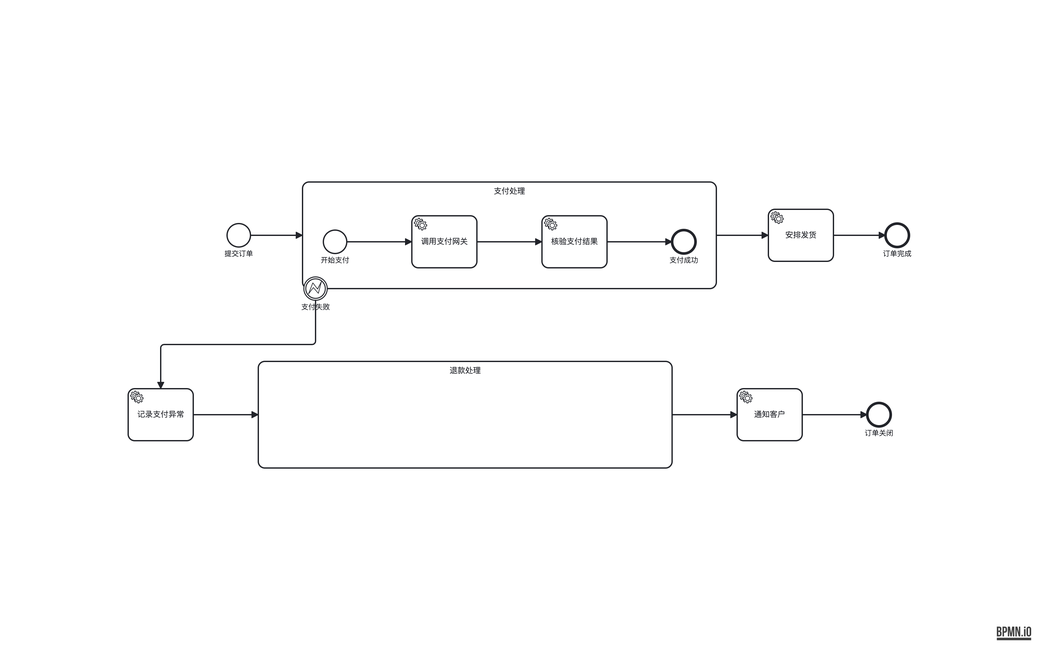
LcpMarvel/tramito-layout keeps this BPMN diagram as out-bpmn-png/77-boundary-handler-with-subprocess.png. Above is the earlier version. Its source is kept beside it as out-xml/77-boundary-handler-with-subprocess.bpmn. Ids are renumbered. The source it was exported from:
```xml
<bpmn:definitions xmlns:bpmn="http://www.omg.org/spec/BPMN/20100524/MODEL" xmlns:bpmndi="http://www.omg.org/spec/BPMN/20100524/DI" xmlns:dc="http://www.omg.org/spec/DD/20100524/DC" xmlns:di="http://www.omg.org/spec/DD/20100524/DI" id="definitions_boundary_handler_with_subprocess" targetNamespace="http://example.com/test-boundary-handler-with-subprocess" exporter="ELK-BPMN Test Generator" exporterVersion="1.0">
  <bpmn:error id="err_payment" name="支付失败" errorCode="PAY_ERR_001" />
  <bpmn:process id="process_order_payment" name="订单支付（边界处理链含子流程）" isExecutable="true">
    <bpmn:startEvent id="start_main" name="提交订单">
      <bpmn:outgoing>main_flow_1</bpmn:outgoing>
    </bpmn:startEvent>
    <bpmn:subProcess id="sub_payment" name="支付处理">
      <bpmn:incoming>main_flow_1</bpmn:incoming>
      <bpmn:outgoing>main_flow_2</bpmn:outgoing>
      <bpmn:startEvent id="payment_start" name="开始支付">
        <bpmn:outgoing>payment_flow_1</bpmn:outgoing>
      </bpmn:startEvent>
      <bpmn:serviceTask id="payment_task_deduct" name="调用支付网关">
        <bpmn:incoming>payment_flow_1</bpmn:incoming>
        <bpmn:outgoing>payment_flow_2</bpmn:outgoing>
      </bpmn:serviceTask>
      <bpmn:serviceTask id="payment_task_verify" name="核验支付结果">
        <bpmn:incoming>payment_flow_2</bpmn:incoming>
        <bpmn:outgoing>payment_flow_3</bpmn:outgoing>
      </bpmn:serviceTask>
      <bpmn:endEvent id="payment_end" name="支付成功">
        <bpmn:incoming>payment_flow_3</bpmn:incoming>
      </bpmn:endEvent>
      <bpmn:sequenceFlow id="payment_flow_1" sourceRef="payment_start" targetRef="payment_task_deduct" />
      <bpmn:sequenceFlow id="payment_flow_2" sourceRef="payment_task_deduct" targetRef="payment_task_verify" />
      <bpmn:sequenceFlow id="payment_flow_3" sourceRef="payment_task_verify" targetRef="payment_end" />
    </bpmn:subProcess>
    <bpmn:boundaryEvent id="boundary_payment_error" name="支付失败" attachedToRef="sub_payment">
      <bpmn:outgoing>handler_flow_1</bpmn:outgoing>
      <bpmn:errorEventDefinition errorRef="err_payment" />
    </bpmn:boundaryEvent>
    <bpmn:serviceTask id="task_ship" name="安排发货">
      <bpmn:incoming>main_flow_2</bpmn:incoming>
      <bpmn:outgoing>main_flow_3</bpmn:outgoing>
    </bpmn:serviceTask>
    <bpmn:endEvent id="end_main" name="订单完成">
      <bpmn:incoming>main_flow_3</bpmn:incoming>
    </bpmn:endEvent>
    <bpmn:serviceTask id="task_log_failure" name="记录支付异常">
      <bpmn:incoming>handler_flow_1</bpmn:incoming>
      <bpmn:outgoing>handler_flow_2</bpmn:outgoing>
    </bpmn:serviceTask>
    <bpmn:subProcess id="sub_refund" name="退款处理">
      <bpmn:incoming>handler_flow_2</bpmn:incoming>
      <bpmn:outgoing>handler_flow_3</bpmn:outgoing>
      <bpmn:startEvent id="refund_start" name="开始退款">
        <bpmn:outgoing>refund_flow_1</bpmn:outgoing>
      </bpmn:startEvent>
      <bpmn:serviceTask id="refund_task_freeze" name="冻结订单">
        <bpmn:incoming>refund_flow_1</bpmn:incoming>
        <bpmn:outgoing>refund_flow_2</bpmn:outgoing>
      </bpmn:serviceTask>
      <bpmn:serviceTask id="refund_task_return" name="退回已扣款项">
        <bpmn:incoming>refund_flow_2</bpmn:incoming>
        <bpmn:outgoing>refund_flow_3</bpmn:outgoing>
      </bpmn:serviceTask>
      <bpmn:endEvent id="refund_end" name="退款完成">
        <bpmn:incoming>refund_flow_3</bpmn:incoming>
      </bpmn:endEvent>
      <bpmn:sequenceFlow id="refund_flow_1" sourceRef="refund_start" targetRef="refund_task_freeze" />
      <bpmn:sequenceFlow id="refund_flow_2" sourceRef="refund_task_freeze" targetRef="refund_task_return" />
      <bpmn:sequenceFlow id="refund_flow_3" sourceRef="refund_task_return" targetRef="refund_end" />
    </bpmn:subProcess>
    <bpmn:serviceTask id="task_notify_customer" name="通知客户">
      <bpmn:incoming>handler_flow_3</bpmn:incoming>
      <bpmn:outgoing>handler_flow_4</bpmn:outgoing>
    </bpmn:serviceTask>
    <bpmn:endEvent id="end_failure" name="订单关闭">
      <bpmn:incoming>handler_flow_4</bpmn:incoming>
    </bpmn:endEvent>
    <bpmn:sequenceFlow id="main_flow_1" sourceRef="start_main" targetRef="sub_payment" />
    <bpmn:sequenceFlow id="main_flow_2" sourceRef="sub_payment" targetRef="task_ship" />
    <bpmn:sequenceFlow id="main_flow_3" sourceRef="task_ship" targetRef="end_main" />
    <bpmn:sequenceFlow id="handler_flow_1" sourceRef="boundary_payment_error" targetRef="task_log_failure" />
    <bpmn:sequenceFlow id="handler_flow_2" sourceRef="task_log_failure" targetRef="sub_refund" />
    <bpmn:sequenceFlow id="handler_flow_3" sourceRef="sub_refund" targetRef="task_notify_customer" />
    <bpmn:sequenceFlow id="handler_flow_4" sourceRef="task_notify_customer" targetRef="end_failure" />
  </bpmn:process>
  <bpmndi:BPMNDiagram id="BPMNDiagram_definitions_boundary_handler_with_subprocess" name="BPMNDiagram">
    <bpmndi:BPMNPlane id="BPMNPlane_definitions_boundary_handler_with_subprocess" bpmnElement="process_order_payment">
      <bpmndi:BPMNShape id="process_order_payment_di" bpmnElement="process_order_payment">
        <dc:Bounds x="0" y="0" width="1130" height="512" />
      </bpmndi:BPMNShape>
      <bpmndi:BPMNShape id="start_main_di" bpmnElement="start_main">
        <dc:Bounds x="62" y="96" width="36" height="36" />
        <bpmndi:BPMNLabel>
          <dc:Bounds x="30" y="136" width="100" height="14" />
        </bpmndi:BPMNLabel>
      </bpmndi:BPMNShape>
      <bpmndi:BPMNShape id="sub_payment_di" bpmnElement="sub_payment" isExpanded="true">
        <dc:Bounds x="178" y="32" width="636" height="164" />
      </bpmndi:BPMNShape>
      <bpmndi:BPMNShape id="payment_start_di" bpmnElement="payment_start">
        <dc:Bounds x="210" y="106" width="36" height="36" />
        <bpmndi:BPMNLabel>
          <dc:Bounds x="178" y="146" width="100" height="14" />
        </bpmndi:BPMNLabel>
      </bpmndi:BPMNShape>
      <bpmndi:BPMNShape id="payment_task_deduct_di" bpmnElement="payment_task_deduct">
        <dc:Bounds x="346" y="84" width="100" height="80" />
      </bpmndi:BPMNShape>
      <bpmndi:BPMNShape id="payment_task_verify_di" bpmnElement="payment_task_verify">
        <dc:Bounds x="546" y="84" width="100" height="80" />
      </bpmndi:BPMNShape>
      <bpmndi:BPMNShape id="payment_end_di" bpmnElement="payment_end">
        <dc:Bounds x="746" y="106" width="36" height="36" />
        <bpmndi:BPMNLabel>
          <dc:Bounds x="714" y="146" width="100" height="14" />
        </bpmndi:BPMNLabel>
      </bpmndi:BPMNShape>
      <bpmndi:BPMNShape id="boundary_payment_error_di" bpmnElement="boundary_payment_error">
        <dc:Bounds x="180" y="178" width="36" height="36" />
        <bpmndi:BPMNLabel>
          <dc:Bounds x="171" y="218" width="54" height="14" />
        </bpmndi:BPMNLabel>
      </bpmndi:BPMNShape>
      <bpmndi:BPMNShape id="task_ship_di" bpmnElement="task_ship">
        <dc:Bounds x="894" y="74" width="100" height="80" />
      </bpmndi:BPMNShape>
      <bpmndi:BPMNShape id="end_main_di" bpmnElement="end_main">
        <dc:Bounds x="1074" y="96" width="36" height="36" />
        <bpmndi:BPMNLabel>
          <dc:Bounds x="1042" y="136" width="100" height="14" />
        </bpmndi:BPMNLabel>
      </bpmndi:BPMNShape>
      <bpmndi:BPMNShape id="task_log_failure_di" bpmnElement="task_log_failure">
        <dc:Bounds x="-90" y="350" width="100" height="80" />
      </bpmndi:BPMNShape>
      <bpmndi:BPMNShape id="sub_refund_di" bpmnElement="sub_refund" isExpanded="true">
        <dc:Bounds x="110" y="308" width="636" height="164" />
      </bpmndi:BPMNShape>
      <bpmndi:BPMNShape id="task_notify_customer_di" bpmnElement="task_notify_customer">
        <dc:Bounds x="846" y="350" width="100" height="80" />
      </bpmndi:BPMNShape>
      <bpmndi:BPMNShape id="end_failure_di" bpmnElement="end_failure">
        <dc:Bounds x="1046" y="372" width="36" height="36" />
        <bpmndi:BPMNLabel>
          <dc:Bounds x="1014" y="412" width="100" height="14" />
        </bpmndi:BPMNLabel>
      </bpmndi:BPMNShape>
      <bpmndi:BPMNEdge id="payment_flow_1_di" bpmnElement="payment_flow_1">
        <di:waypoint x="246" y="124" />
        <di:waypoint x="346" y="124" />
      </bpmndi:BPMNEdge>
      <bpmndi:BPMNEdge id="payment_flow_2_di" bpmnElement="payment_flow_2">
        <di:waypoint x="446" y="124" />
        <di:waypoint x="546" y="124" />
      </bpmndi:BPMNEdge>
      <bpmndi:BPMNEdge id="payment_flow_3_di" bpmnElement="payment_flow_3">
        <di:waypoint x="646" y="124" />
        <di:waypoint x="746" y="124" />
      </bpmndi:BPMNEdge>
      <bpmndi:BPMNEdge id="main_flow_1_di" bpmnElement="main_flow_1">
        <di:waypoint x="98" y="114" />
        <di:waypoint x="178" y="114" />
      </bpmndi:BPMNEdge>
      <bpmndi:BPMNEdge id="main_flow_2_di" bpmnElement="main_flow_2">
        <di:waypoint x="814" y="114" />
        <di:waypoint x="894" y="114" />
      </bpmndi:BPMNEdge>
      <bpmndi:BPMNEdge id="main_flow_3_di" bpmnElement="main_flow_3">
        <di:waypoint x="994" y="114" />
        <di:waypoint x="1074" y="114" />
      </bpmndi:BPMNEdge>
      <bpmndi:BPMNEdge id="handler_flow_1_di" bpmnElement="handler_flow_1">
        <di:waypoint x="198" y="214" />
        <di:waypoint x="198" y="282" />
        <di:waypoint x="-40" y="282" />
        <di:waypoint x="-40" y="350" />
      </bpmndi:BPMNEdge>
      <bpmndi:BPMNEdge id="handler_flow_2_di" bpmnElement="handler_flow_2">
        <di:waypoint x="10" y="390" />
        <di:waypoint x="110" y="390" />
      </bpmndi:BPMNEdge>
      <bpmndi:BPMNEdge id="handler_flow_3_di" bpmnElement="handler_flow_3">
        <di:waypoint x="746" y="390" />
        <di:waypoint x="846" y="390" />
      </bpmndi:BPMNEdge>
      <bpmndi:BPMNEdge id="handler_flow_4_di" bpmnElement="handler_flow_4">
        <di:waypoint x="946" y="390" />
        <di:waypoint x="1046" y="390" />
      </bpmndi:BPMNEdge>
    </bpmndi:BPMNPlane>
  </bpmndi:BPMNDiagram>
</bpmn:definitions>
```
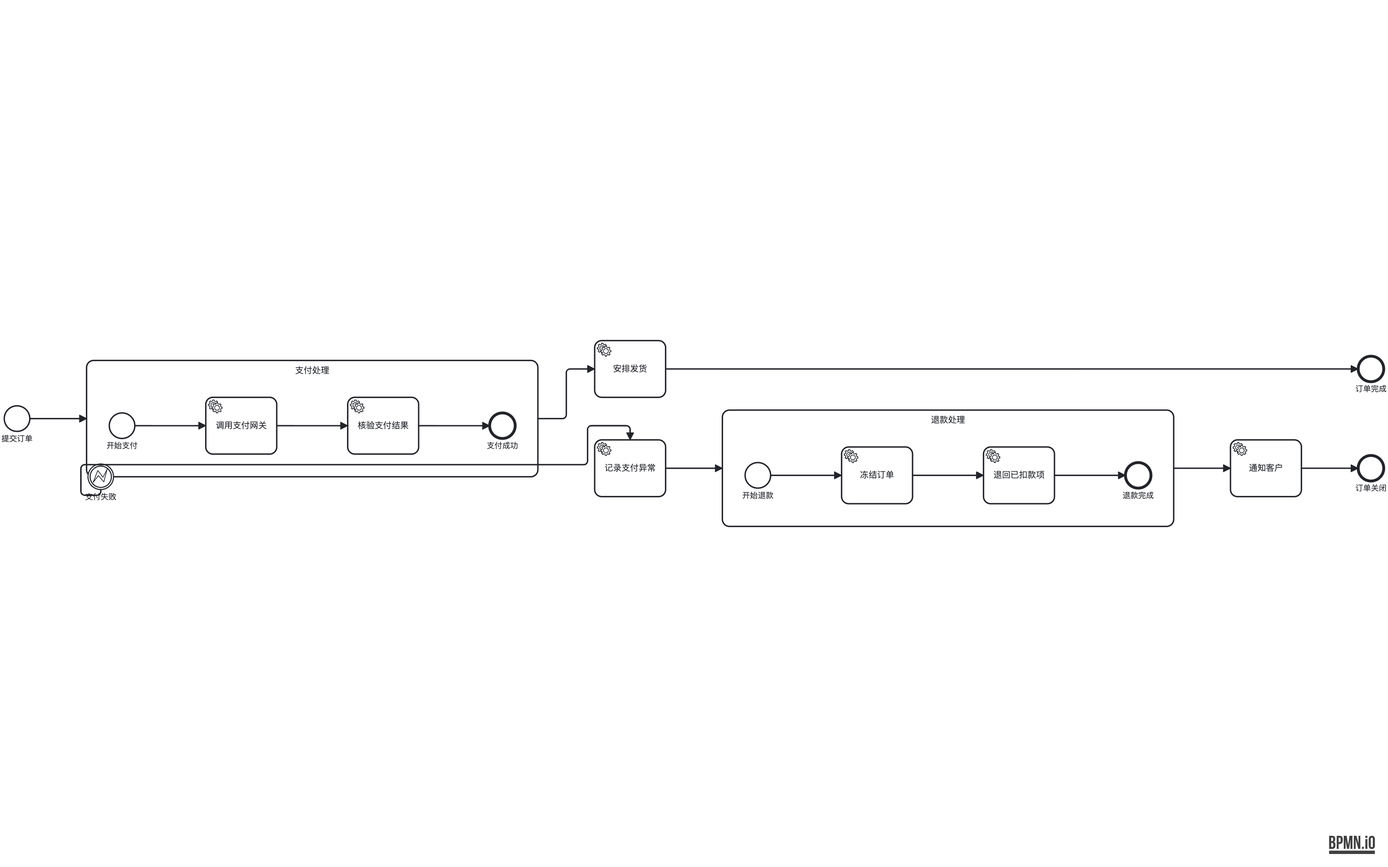
Above is the later version.

What changed in the source:
```diff
@@ -79,106 +79,143 @@
   <bpmndi:BPMNDiagram id="BPMNDiagram_definitions_boundary_handler_with_subprocess" name="BPMNDiagram">
     <bpmndi:BPMNPlane id="BPMNPlane_definitions_boundary_handler_with_subprocess" bpmnElement="process_order_payment">
       <bpmndi:BPMNShape id="process_order_payment_di" bpmnElement="process_order_payment">
-        <dc:Bounds x="0" y="0" width="1130" height="512" />
+        <dc:Bounds x="0" y="0" width="2026" height="326" />
       </bpmndi:BPMNShape>
       <bpmndi:BPMNShape id="start_main_di" bpmnElement="start_main">
-        <dc:Bounds x="62" y="96" width="36" height="36" />
+        <dc:Bounds x="62" y="124" width="36" height="36" />
         <bpmndi:BPMNLabel>
-          <dc:Bounds x="30" y="136" width="100" height="14" />
+          <dc:Bounds x="30" y="164" width="100" height="14" />
         </bpmndi:BPMNLabel>
       </bpmndi:BPMNShape>
       <bpmndi:BPMNShape id="sub_payment_di" bpmnElement="sub_payment" isExpanded="true">
-        <dc:Bounds x="178" y="32" width="636" height="164" />
+        <dc:Bounds x="178" y="60.00000000000001" width="636" height="164" />
       </bpmndi:BPMNShape>
       <bpmndi:BPMNShape id="payment_start_di" bpmnElement="payment_start">
-        <dc:Bounds x="210" y="106" width="36" height="36" />
+        <dc:Bounds x="210" y="134" width="36" height="36" />
         <bpmndi:BPMNLabel>
-          <dc:Bounds x="178" y="146" width="100" height="14" />
+          <dc:Bounds x="178" y="174" width="100" height="14" />
         </bpmndi:BPMNLabel>
       </bpmndi:BPMNShape>
       <bpmndi:BPMNShape id="payment_task_deduct_di" bpmnElement="payment_task_deduct">
-        <dc:Bounds x="346" y="84" width="100" height="80" />
+        <dc:Bounds x="346" y="112" width="100" height="80" />
       </bpmndi:BPMNShape>
       <bpmndi:BPMNShape id="payment_task_verify_di" bpmnElement="payment_task_verify">
-        <dc:Bounds x="546" y="84" width="100" height="80" />
+        <dc:Bounds x="546" y="112" width="100" height="80" />
       </bpmndi:BPMNShape>
       <bpmndi:BPMNShape id="payment_end_di" bpmnElement="payment_end">
-        <dc:Bounds x="746" y="106" width="36" height="36" />
+        <dc:Bounds x="746" y="134" width="36" height="36" />
         <bpmndi:BPMNLabel>
-          <dc:Bounds x="714" y="146" width="100" height="14" />
+          <dc:Bounds x="714" y="174" width="100" height="14" />
         </bpmndi:BPMNLabel>
       </bpmndi:BPMNShape>
       <bpmndi:BPMNShape id="boundary_payment_error_di" bpmnElement="boundary_payment_error">
-        <dc:Bounds x="180" y="178" width="36" height="36" />
+        <dc:Bounds x="180" y="206" width="36" height="36" />
         <bpmndi:BPMNLabel>
-          <dc:Bounds x="171" y="218" width="54" height="14" />
+          <dc:Bounds x="171" y="246" width="54" height="14" />
         </bpmndi:BPMNLabel>
       </bpmndi:BPMNShape>
       <bpmndi:BPMNShape id="task_ship_di" bpmnElement="task_ship">
-        <dc:Bounds x="894" y="74" width="100" height="80" />
+        <dc:Bounds x="894" y="32" width="100" height="80" />
       </bpmndi:BPMNShape>
       <bpmndi:BPMNShape id="end_main_di" bpmnElement="end_main">
-        <dc:Bounds x="1074" y="96" width="36" height="36" />
+        <dc:Bounds x="1970" y="54" width="36" height="36" />
         <bpmndi:BPMNLabel>
-          <dc:Bounds x="1042" y="136" width="100" height="14" />
+          <dc:Bounds x="1938" y="94" width="100" height="14" />
         </bpmndi:BPMNLabel>
       </bpmndi:BPMNShape>
       <bpmndi:BPMNShape id="task_log_failure_di" bpmnElement="task_log_failure">
-        <dc:Bounds x="-90" y="350" width="100" height="80" />
+        <dc:Bounds x="894" y="172" width="100" height="80" />
       </bpmndi:BPMNShape>
       <bpmndi:BPMNShape id="sub_refund_di" bpmnElement="sub_refund" isExpanded="true">
-        <dc:Bounds x="110" y="308" width="636" height="164" />
+        <dc:Bounds x="1074" y="130" width="636" height="164" />
+      </bpmndi:BPMNShape>
+      <bpmndi:BPMNShape id="refund_start_di" bpmnElement="refund_start">
+        <dc:Bounds x="1106" y="204" width="36" height="36" />
+        <bpmndi:BPMNLabel>
+          <dc:Bounds x="1074" y="244" width="100" height="14" />
+        </bpmndi:BPMNLabel>
+      </bpmndi:BPMNShape>
+      <bpmndi:BPMNShape id="refund_task_freeze_di" bpmnElement="refund_task_freeze">
+        <dc:Bounds x="1242" y="182" width="100" height="80" />
+      </bpmndi:BPMNShape>
+      <bpmndi:BPMNShape id="refund_task_return_di" bpmnElement="refund_task_return">
+        <dc:Bounds x="1442" y="182" width="100" height="80" />
+      </bpmndi:BPMNShape>
+      <bpmndi:BPMNShape id="refund_end_di" bpmnElement="refund_end">
+        <dc:Bounds x="1642" y="204" width="36" height="36" />
+        <bpmndi:BPMNLabel>
+          <dc:Bounds x="1610" y="244" width="100" height="14" />
+        </bpmndi:BPMNLabel>
       </bpmndi:BPMNShape>
       <bpmndi:BPMNShape id="task_notify_customer_di" bpmnElement="task_notify_customer">
-        <dc:Bounds x="846" y="350" width="100" height="80" />
+        <dc:Bounds x="1790" y="172" width="100" height="80" />
       </bpmndi:BPMNShape>
       <bpmndi:BPMNShape id="end_failure_di" bpmnElement="end_failure">
-        <dc:Bounds x="1046" y="372" width="36" height="36" />
+        <dc:Bounds x="1970" y="194" width="36" height="36" />
         <bpmndi:BPMNLabel>
-          <dc:Bounds x="1014" y="412" width="100" height="14" />
+          <dc:Bounds x="1938" y="234" width="100" height="14" />
         </bpmndi:BPMNLabel>
       </bpmndi:BPMNShape>
       <bpmndi:BPMNEdge id="payment_flow_1_di" bpmnElement="payment_flow_1">
-        <di:waypoint x="246" y="124" />
-        <di:waypoint x="346" y="124" />
+        <di:waypoint x="246" y="152" />
+        <di:waypoint x="346" y="152" />
       </bpmndi:BPMNEdge>
       <bpmndi:BPMNEdge id="payment_flow_2_di" bpmnElement="payment_flow_2">
-        <di:waypoint x="446" y="124" />
-        <di:waypoint x="546" y="124" />
+        <di:waypoint x="446" y="152" />
+        <di:waypoint x="546" y="152" />
       </bpmndi:BPMNEdge>
       <bpmndi:BPMNEdge id="payment_flow_3_di" bpmnElement="payment_flow_3">
-        <di:waypoint x="646" y="124" />
-        <di:waypoint x="746" y="124" />
+        <di:waypoint x="646" y="152" />
+        <di:waypoint x="746" y="152" />
+      </bpmndi:BPMNEdge>
+      <bpmndi:BPMNEdge id="refund_flow_1_di" bpmnElement="refund_flow_1">
+        <di:waypoint x="1142" y="222" />
+        <di:waypoint x="1242" y="222" />
+      </bpmndi:BPMNEdge>
+      <bpmndi:BPMNEdge id="refund_flow_2_di" bpmnElement="refund_flow_2">
+        <di:waypoint x="1342" y="222" />
+        <di:waypoint x="1442" y="222" />
+      </bpmndi:BPMNEdge>
+      <bpmndi:BPMNEdge id="refund_flow_3_di" bpmnElement="refund_flow_3">
+        <di:waypoint x="1542" y="222" />
+        <di:waypoint x="1642" y="222" />
       </bpmndi:BPMNEdge>
       <bpmndi:BPMNEdge id="main_flow_1_di" bpmnElement="main_flow_1">
-        <di:waypoint x="98" y="114" />
-        <di:waypoint x="178" y="114" />
+        <di:waypoint x="98" y="142" />
+        <di:waypoint x="178" y="142" />
       </bpmndi:BPMNEdge>
       <bpmndi:BPMNEdge id="main_flow_2_di" bpmnElement="main_flow_2">
-        <di:waypoint x="814" y="114" />
-        <di:waypoint x="894" y="114" />
+        <di:waypoint x="814" y="142" />
+        <di:waypoint x="854" y="142" />
+        <di:waypoint x="854" y="72" />
+        <di:waypoint x="894" y="72" />
       </bpmndi:BPMNEdge>
       <bpmndi:BPMNEdge id="main_flow_3_di" bpmnElement="main_flow_3">
-        <di:waypoint x="994" y="114" />
-        <di:waypoint x="1074" y="114" />
+        <di:waypoint x="994" y="72" />
+        <di:waypoint x="1970" y="72" />
       </bpmndi:BPMNEdge>
       <bpmndi:BPMNEdge id="handler_flow_1_di" bpmnElement="handler_flow_1">
-        <di:waypoint x="198" y="214" />
-        <di:waypoint x="198" y="282" />
-        <di:waypoint x="-40" y="282" />
-        <di:waypoint x="-40" y="350" />
+        <di:waypoint x="198" y="242" />
+        <di:waypoint x="198" y="250" />
+        <di:waypoint x="170" y="250" />
+        <di:waypoint x="170" y="207" />
+        <di:waypoint x="884" y="207" />
+        <di:waypoint x="884" y="180" />
+        <di:waypoint x="884" y="152" />
+        <di:waypoint x="944" y="152" />
+        <di:waypoint x="944" y="172" />
       </bpmndi:BPMNEdge>
       <bpmndi:BPMNEdge id="handler_flow_2_di" bpmnElement="handler_flow_2">
-        <di:waypoint x="10" y="390" />
-        <di:waypoint x="110" y="390" />
+        <di:waypoint x="994" y="212" />
+        <di:waypoint x="1074" y="212" />
       </bpmndi:BPMNEdge>
       <bpmndi:BPMNEdge id="handler_flow_3_di" bpmnElement="handler_flow_3">
-        <di:waypoint x="746" y="390" />
-        <di:waypoint x="846" y="390" />
+        <di:waypoint x="1710" y="212" />
+        <di:waypoint x="1790" y="212" />
       </bpmndi:BPMNEdge>
       <bpmndi:BPMNEdge id="handler_flow_4_di" bpmnElement="handler_flow_4">
-        <di:waypoint x="946" y="390" />
-        <di:waypoint x="1046" y="390" />
+        <di:waypoint x="1890" y="212" />
+        <di:waypoint x="1970" y="212" />
       </bpmndi:BPMNEdge>
     </bpmndi:BPMNPlane>
   </bpmndi:BPMNDiagram>
```
